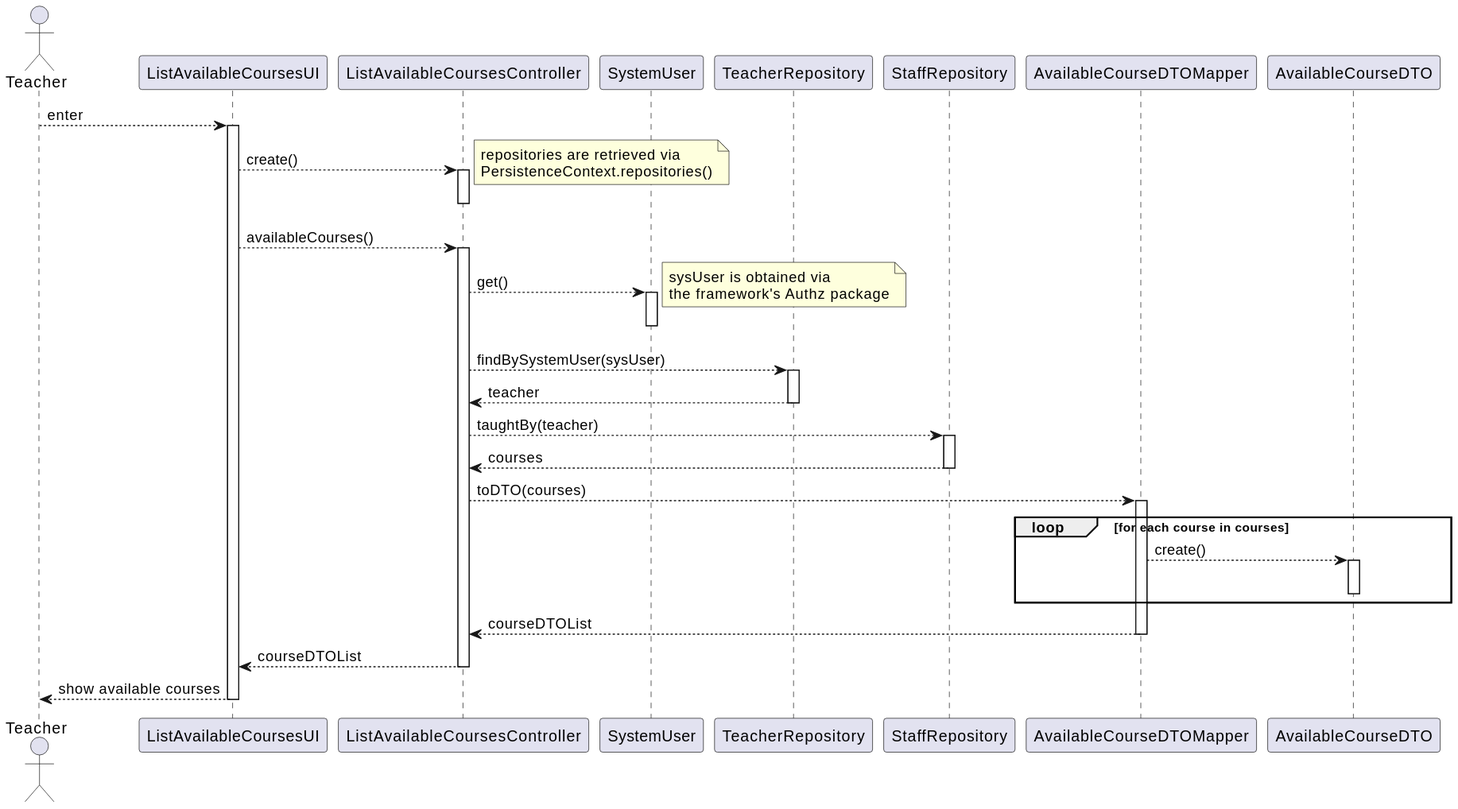
The PlantUML diagram docs/us_1006/sd-teacher.svg in jovami/isep-lapr4, before a commit.
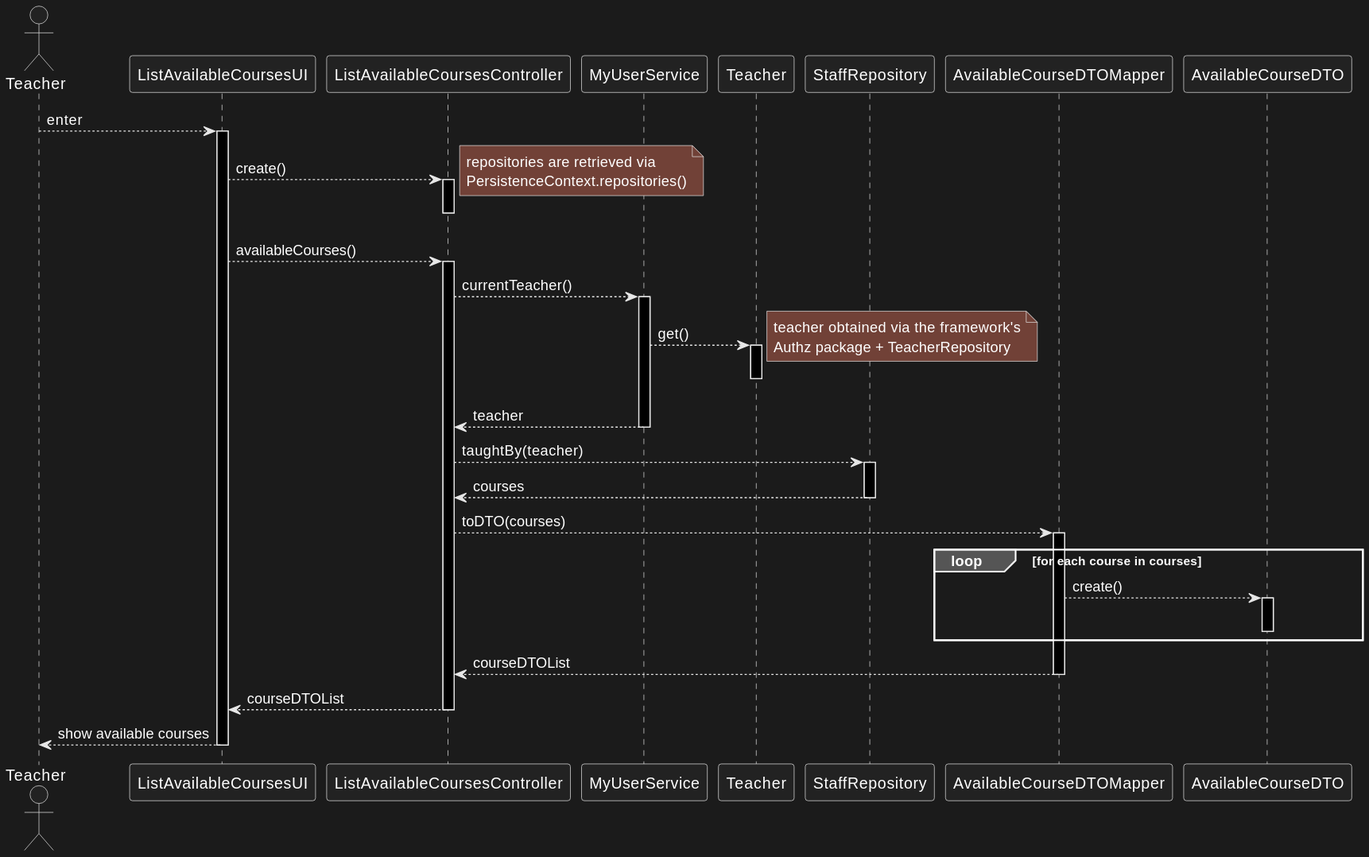
The same diagram one commit later.

What changed in the source:
```diff
@@ -4,9 +4,9 @@
 participant ListAvailableCoursesController as ctrl
 
 
-participant SystemUser as sys_usr
+participant MyUserService as user_svc
+participant Teacher as teacher
 
-participant TeacherRepository as t_repo
 
 participant StaffRepository as st_repo
 
@@ -25,15 +25,14 @@
 
     ui --> ctrl : availableCourses()
     activate ctrl
-        ctrl --> sys_usr : get()
-        activate sys_usr
-            note right : sysUser is obtained via\nthe framework's Authz package
-        deactivate sys_usr
-
-        ctrl --> t_repo : findBySystemUser(sysUser)
-        activate t_repo
-            t_repo --> ctrl : teacher
-        deactivate t_repo
+        ctrl --> user_svc : currentTeacher()
+        activate user_svc
+            user_svc --> teacher : get()
+            activate teacher
+            deactivate teacher
+            note right : teacher obtained via the framework's\nAuthz package + TeacherRepository
+            user_svc --> ctrl : teacher
+        deactivate user_svc
 
         ctrl --> st_repo : taughtBy(teacher)
         activate st_repo
```
